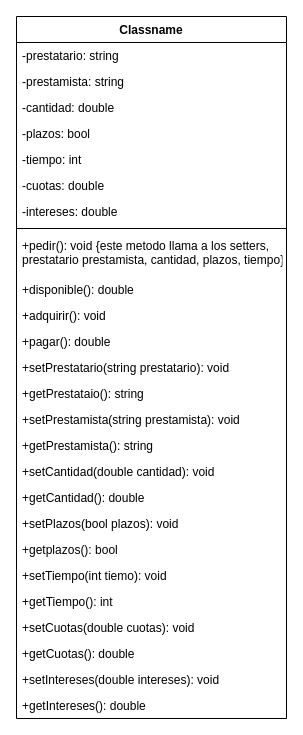
Above: Diagrama sin título.drawio in ElGrandiosoRD/programacio1 (draw.io), before the change. Source tidied: cells renumbered, new cells numbered last; positions are measured from the earlier drawing's top-left corner, leaving out a move shared by most shapes. Both pictures are drawn from the tidied source at 100%, with x=0, y=0 at pixel (16, 16).
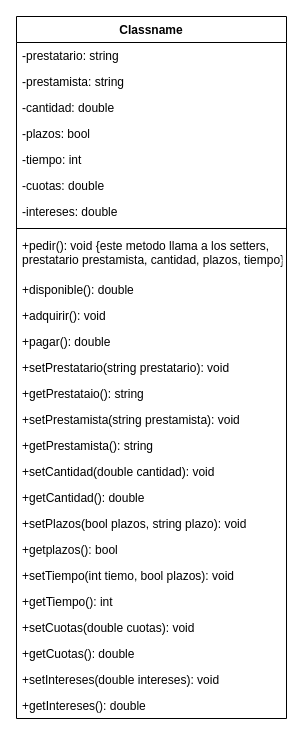
The same page after the edit.

The change refers to these unchanged cells:
```xml
<mxCell id="2" value="Classname" style="swimlane;fontStyle=1;align=center;verticalAlign=top;horizontal=1;startSize=26;" parent="1" vertex="1">
  <mxGeometry width="270" height="702" as="geometry" />
</mxCell>
```

Diff of the diagram source:
```diff
@@
-    <mxCell id="21" value="+setPlazos(bool plazos): void" style="text;strokeColor=none;fillColor=none;align=left;verticalAlign=top;spacingLeft=4;spacingRight=4;overflow=hidden;" parent="2" vertex="1">
+    <mxCell id="21" value="+setPlazos(bool plazos, string plazo): void" style="text;strokeColor=none;fillColor=none;align=left;verticalAlign=top;spacingLeft=4;spacingRight=4;overflow=hidden;" parent="2" vertex="1">
       <mxGeometry y="494" width="270" height="26" as="geometry" />
     </mxCell>
@@
-    <mxCell id="23" value="+setTiempo(int tiemo): void" style="text;strokeColor=none;fillColor=none;align=left;verticalAlign=top;spacingLeft=4;spacingRight=4;overflow=hidden;" parent="2" vertex="1">
+    <mxCell id="23" value="+setTiempo(int tiemo, bool plazos): void" style="text;strokeColor=none;fillColor=none;align=left;verticalAlign=top;spacingLeft=4;spacingRight=4;overflow=hidden;" parent="2" vertex="1">
       <mxGeometry y="546" width="270" height="26" as="geometry" />
     </mxCell>
```
